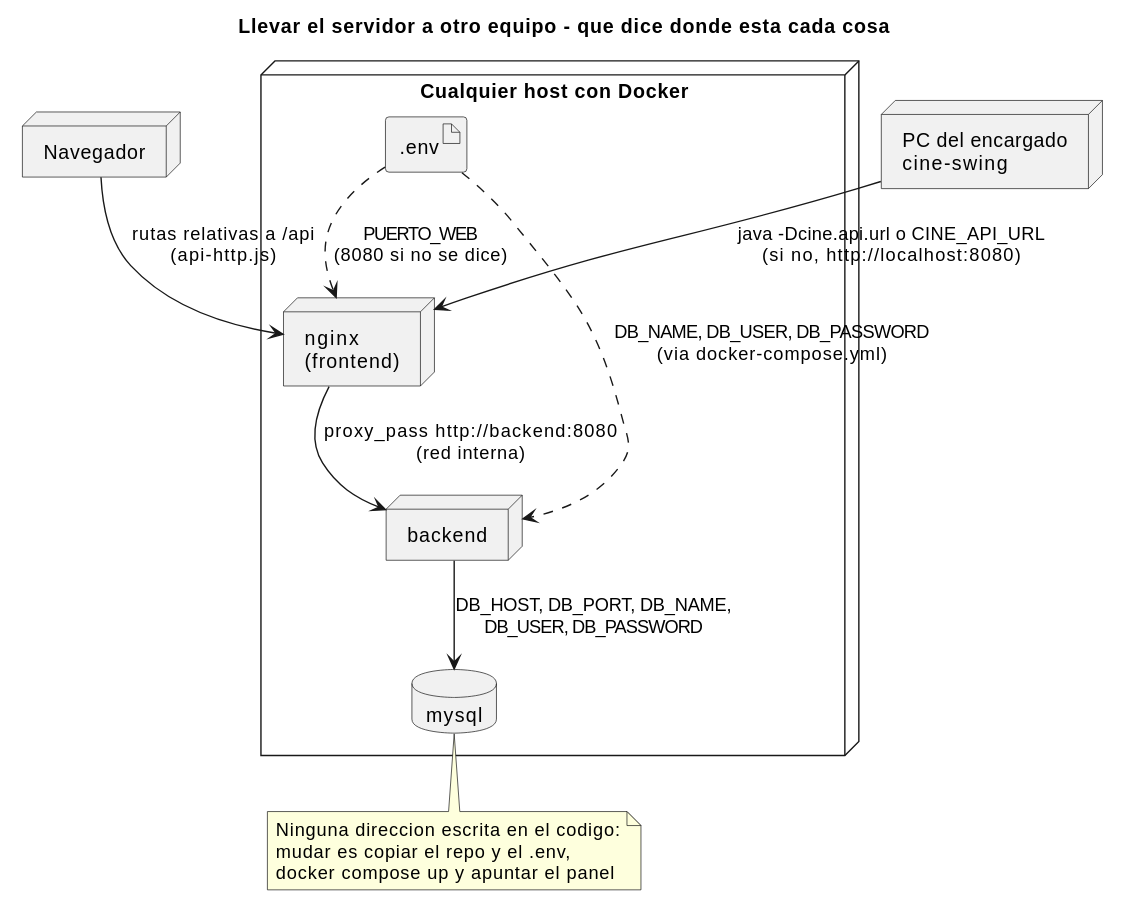
The PlantUML diagram _other/docs/diagramas/traslado-servidor.svg in andreiveisuade/cine-uade, before a commit.
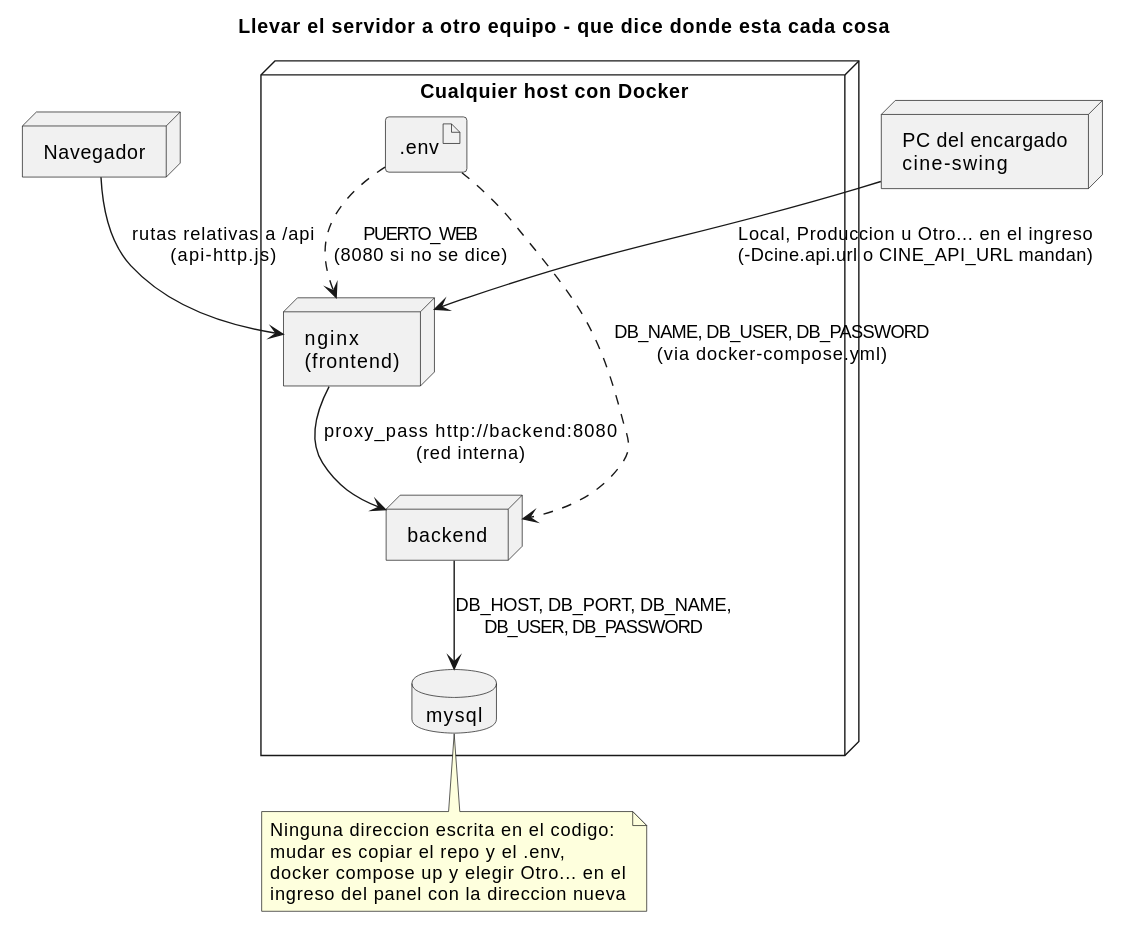
Later version of the same file.

Commit message:
docs(diagramas): ingreso de swing con servidor, estado de produccion, pdf de la entrada y clases al dia con r17

Diff of the diagram source:
```diff
@@ -15,7 +15,7 @@
 }
 
 web --> nginx : "rutas relativas a /api\n(api-http.js)"
-swing --> nginx : "java -Dcine.api.url o CINE_API_URL\n(si no, http://localhost:8080)"
+swing --> nginx : "Local, Produccion u Otro... en el ingreso\n(-Dcine.api.url o CINE_API_URL mandan)"
 nginx --> backend : "proxy_pass http://backend:8080\n(red interna)"
 backend --> mysql : "DB_HOST, DB_PORT, DB_NAME,\nDB_USER, DB_PASSWORD"
 env ..> nginx : "PUERTO_WEB\n(8080 si no se dice)"
@@ -24,6 +24,7 @@
 note bottom of mysql
   Ninguna direccion escrita en el codigo:
   mudar es copiar el repo y el .env,
-  docker compose up y apuntar el panel
+  docker compose up y elegir Otro... en el
+  ingreso del panel con la direccion nueva
 end note
 @enduml
```
